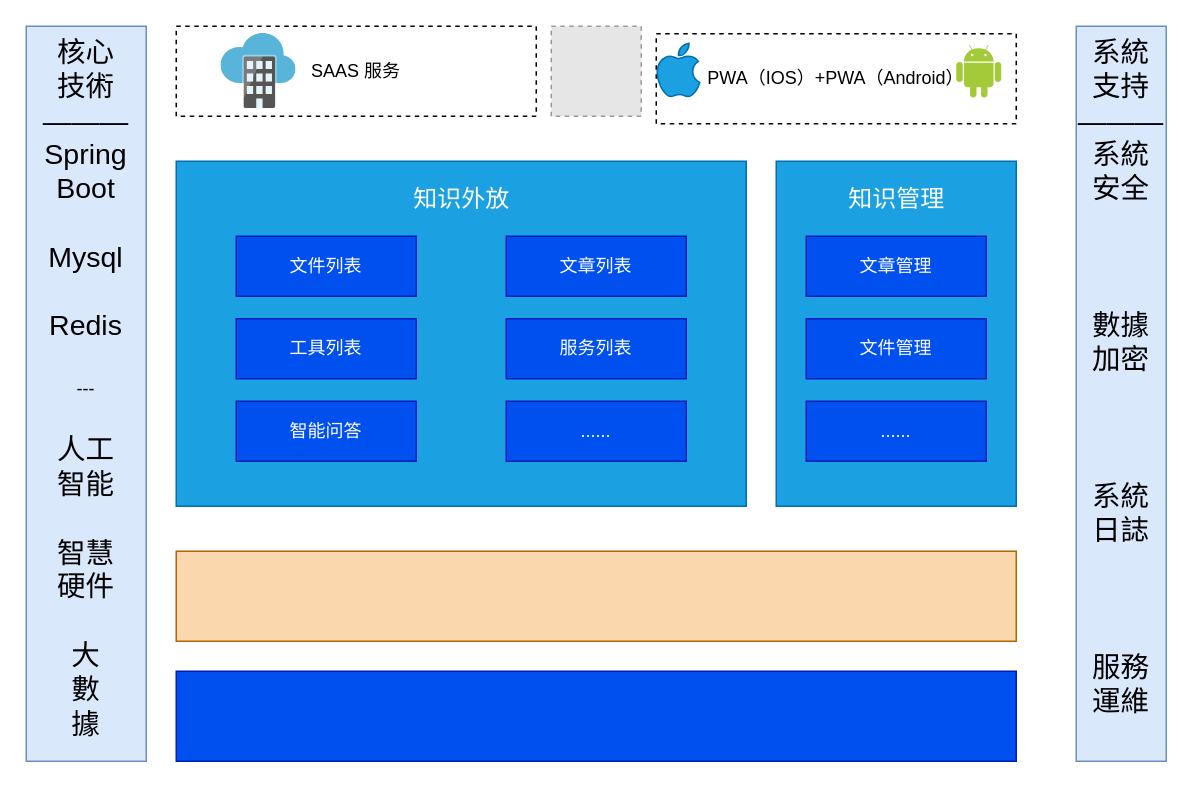
Before: 未命名绘图.drawio in Kylelim233/web-project, a draw.io diagram. Source tidied: cells renumbered, new cells numbered last; positions are measured from the earlier drawing's top-left corner, leaving out a move shared by most shapes. Both pictures are drawn from the tidied source at 150%, with x=0, y=0 at pixel (26, 26). Pictures stored in the file or linked from it are replaced by grey dashed boxes.
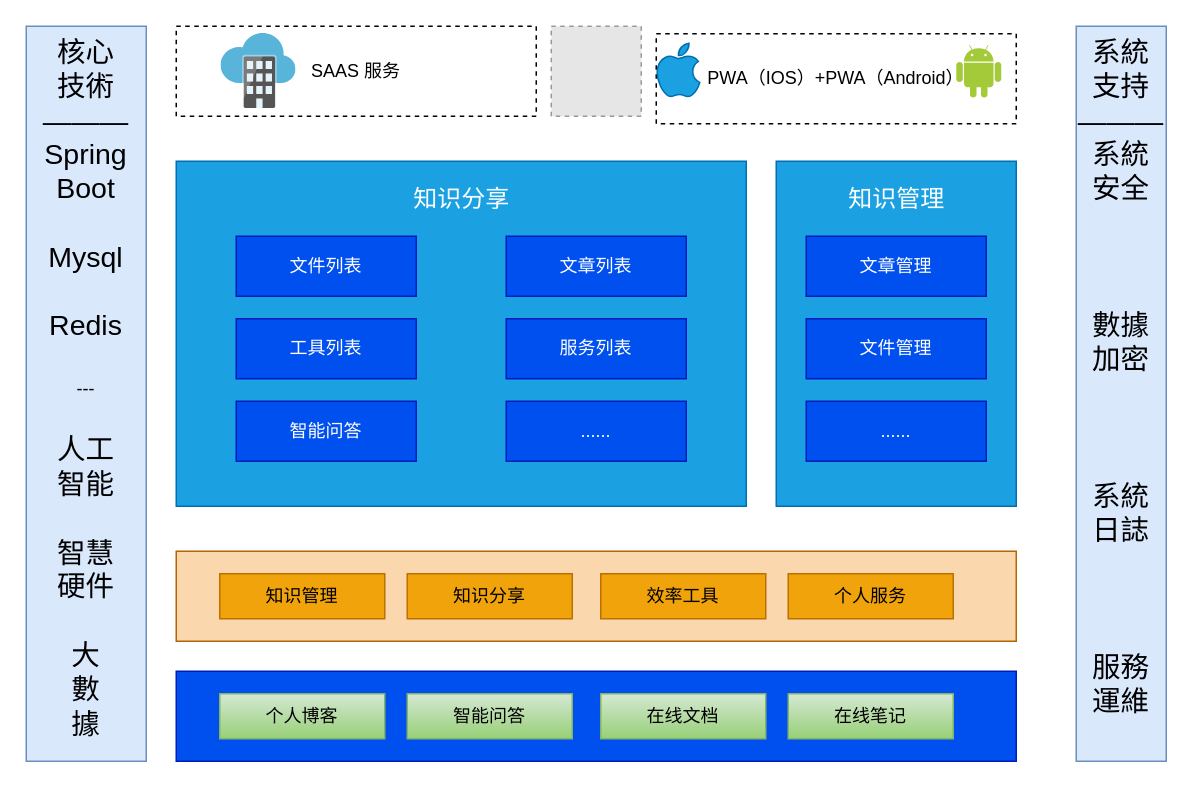
Above is the later version.

What changed in the source:
```diff
@@
-    <mxCell id="14" value="&lt;font color=&quot;#ffffff&quot;&gt;知识外放&lt;/font&gt;" style="text;html=1;align=center;verticalAlign=middle;strokeColor=none;fillColor=none;fontSize=16;" parent="1" vertex="1">
+    <mxCell id="14" value="&lt;font color=&quot;#ffffff&quot;&gt;知识分享&lt;/font&gt;" style="text;html=1;align=center;verticalAlign=middle;strokeColor=none;fillColor=none;fontSize=16;" parent="1" vertex="1">
       <mxGeometry x="245" y="100" width="90" height="30" as="geometry" />
     </mxCell>
@@
+    <mxCell id="25" value="知识管理" style="rounded=0;whiteSpace=wrap;html=1;fillColor=#f0a30a;fontColor=#000000;strokeColor=#BD7000;labelBackgroundColor=none;" parent="1" vertex="1">
+      <mxGeometry x="129" y="365" width="110" height="30" as="geometry" />
+    </mxCell>
+    <mxCell id="26" value="知识分享" style="rounded=0;whiteSpace=wrap;html=1;fillColor=#f0a30a;fontColor=#000000;strokeColor=#BD7000;labelBackgroundColor=none;gradientColor=none;" parent="1" vertex="1">
+      <mxGeometry x="254" y="365" width="110" height="30" as="geometry" />
+    </mxCell>
+    <mxCell id="27" value="个人服务" style="rounded=0;whiteSpace=wrap;html=1;fillColor=#f0a30a;fontColor=#000000;strokeColor=#BD7000;labelBackgroundColor=none;" parent="1" vertex="1">
+      <mxGeometry x="508" y="365" width="110" height="30" as="geometry" />
+    </mxCell>
+    <mxCell id="28" value="效率工具" style="rounded=0;whiteSpace=wrap;html=1;fillColor=#f0a30a;fontColor=#000000;strokeColor=#BD7000;labelBackgroundColor=none;" parent="1" vertex="1">
+      <mxGeometry x="383" y="365" width="110" height="30" as="geometry" />
+    </mxCell>
+    <mxCell id="29" value="在线笔记" style="rounded=0;whiteSpace=wrap;html=1;fillColor=#d5e8d4;strokeColor=#82b366;labelBackgroundColor=none;gradientColor=#97d077;" parent="1" vertex="1">
+      <mxGeometry x="508" y="445" width="110" height="30" as="geometry" />
+    </mxCell>
+    <mxCell id="30" value="在线文档" style="rounded=0;whiteSpace=wrap;html=1;fillColor=#d5e8d4;strokeColor=#82b366;labelBackgroundColor=none;gradientColor=#97d077;" parent="1" vertex="1">
+      <mxGeometry x="383" y="445" width="110" height="30" as="geometry" />
+    </mxCell>
+    <mxCell id="31" value="智能问答" style="rounded=0;whiteSpace=wrap;html=1;fillColor=#d5e8d4;strokeColor=#82b366;labelBackgroundColor=none;gradientColor=#97d077;" parent="1" vertex="1">
+      <mxGeometry x="254" y="445" width="110" height="30" as="geometry" />
+    </mxCell>
+    <mxCell id="32" value="个人博客" style="rounded=0;whiteSpace=wrap;html=1;fillColor=#d5e8d4;strokeColor=#82b366;labelBackgroundColor=none;gradientColor=#97d077;" parent="1" vertex="1">
+      <mxGeometry x="129" y="445" width="110" height="30" as="geometry" />
+    </mxCell>
```
